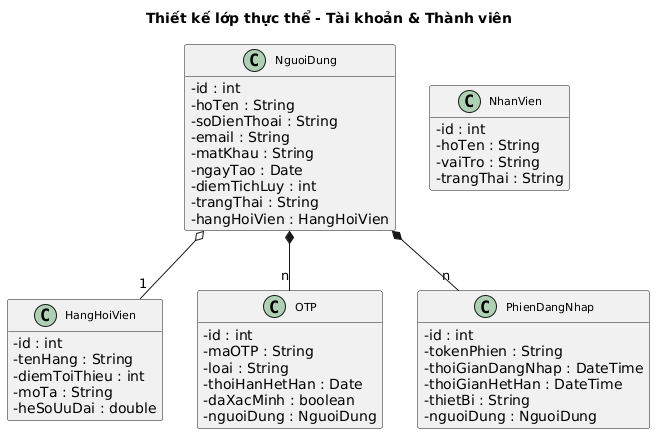
thanhtrnnn/cnpm keeps this PlantUML diagram as output/diagrams/account_entity_class.png. Above is the earlier version. The source it was exported from:
```plantuml
@startuml
skinparam classAttributeIconSize 0
skinparam classFontSize 11
hide empty members

title Thiết kế lớp thực thể - Tài khoản & Thành viên

class NguoiDung {
  -id : int
  -hoTen : String
  -soDienThoai : String
  -email : String
  -matKhau : String
  -ngayTao : Date
  -diemTichLuy : int
  -trangThai : String
  -hangHoiVien : HangHoiVien
}

class HangHoiVien {
  -id : int
  -tenHang : String
  -diemToiThieu : int
  -moTa : String
  -heSoUuDai : double
}

class OTP {
  -id : int
  -maOTP : String
  -loai : String
  -thoiHanHetHan : Date
  -daXacMinh : boolean
  -nguoiDung : NguoiDung
}

class PhienDangNhap {
  -id : int
  -tokenPhien : String
  -thoiGianDangNhap : DateTime
  -thoiGianHetHan : DateTime
  -thietBi : String
  -nguoiDung : NguoiDung
}

class NhanVien {
  -id : int
  -hoTen : String
  -vaiTro : String
  -trangThai : String
}

NguoiDung o-- "1" HangHoiVien
NguoiDung *-- "n" OTP
NguoiDung *-- "n" PhienDangNhap
@enduml
```
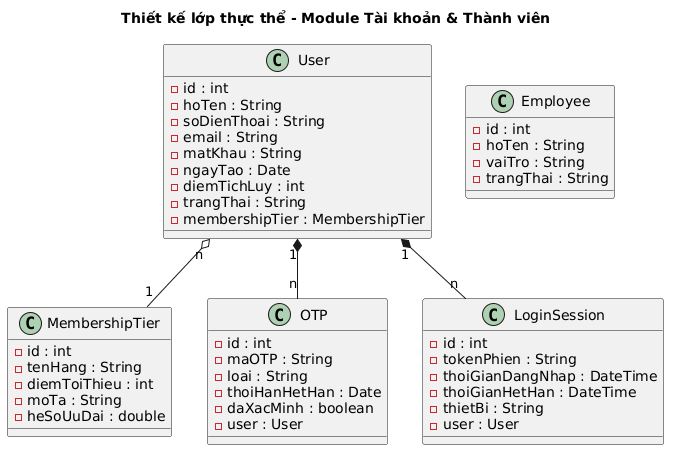
Later version of the same file.

What changed in the source:
```diff
@@ -1,11 +1,7 @@
 @startuml
-skinparam classAttributeIconSize 0
-skinparam classFontSize 11
-hide empty members
+title Thiết kế lớp thực thể - Module Tài khoản & Thành viên
 
-title Thiết kế lớp thực thể - Tài khoản & Thành viên
-
-class NguoiDung {
+class User {
   -id : int
   -hoTen : String
   -soDienThoai : String
@@ -14,10 +10,10 @@
   -ngayTao : Date
   -diemTichLuy : int
   -trangThai : String
-  -hangHoiVien : HangHoiVien
+  -membershipTier : MembershipTier
 }
 
-class HangHoiVien {
+class MembershipTier {
   -id : int
   -tenHang : String
   -diemToiThieu : int
@@ -31,26 +27,26 @@
   -loai : String
   -thoiHanHetHan : Date
   -daXacMinh : boolean
-  -nguoiDung : NguoiDung
+  -user : User
 }
 
-class PhienDangNhap {
+class LoginSession {
   -id : int
   -tokenPhien : String
   -thoiGianDangNhap : DateTime
   -thoiGianHetHan : DateTime
   -thietBi : String
-  -nguoiDung : NguoiDung
+  -user : User
 }
 
-class NhanVien {
+class Employee {
   -id : int
   -hoTen : String
   -vaiTro : String
   -trangThai : String
 }
 
-NguoiDung o-- "1" HangHoiVien
-NguoiDung *-- "n" OTP
-NguoiDung *-- "n" PhienDangNhap
+User "n" o-- "1" MembershipTier
+User "1" *-- "n" OTP
+User "1" *-- "n" LoginSession
 @enduml
```
